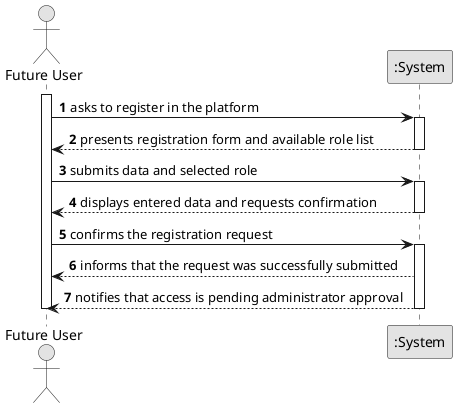
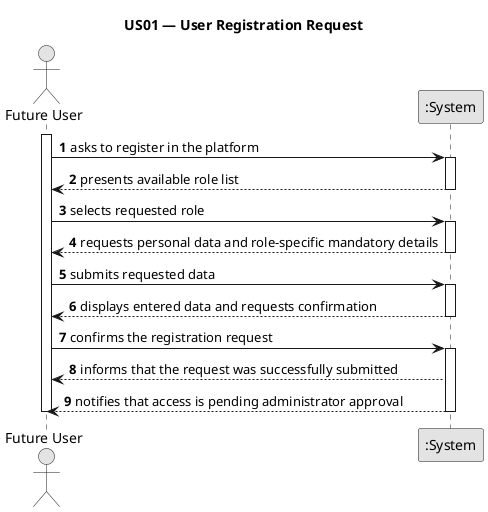
@startuml
+ title US01 — User Registration Request
skinparam monochrome true
skinparam packageStyle rectangle
skinparam shadowing false

autonumber

actor "Future User" as User
participant ":System" as System

activate User

    User -> System : asks to register in the platform
    activate System
-         System --> User : presents registration form and available role list
+         System --> User : presents available role list
    deactivate System

-     User -> System : submits data and selected role
+     User -> System : selects requested role
+     activate System
+         System --> User : requests personal data and role-specific mandatory details
+     deactivate System
+ 
+     User -> System : submits requested data
    activate System
        System --> User : displays entered data and requests confirmation
    deactivate System

    User -> System : confirms the registration request
    activate System
        System --> User : informs that the request was successfully submitted
        System --> User : notifies that access is pending administrator approval
    deactivate System

deactivate User
@enduml